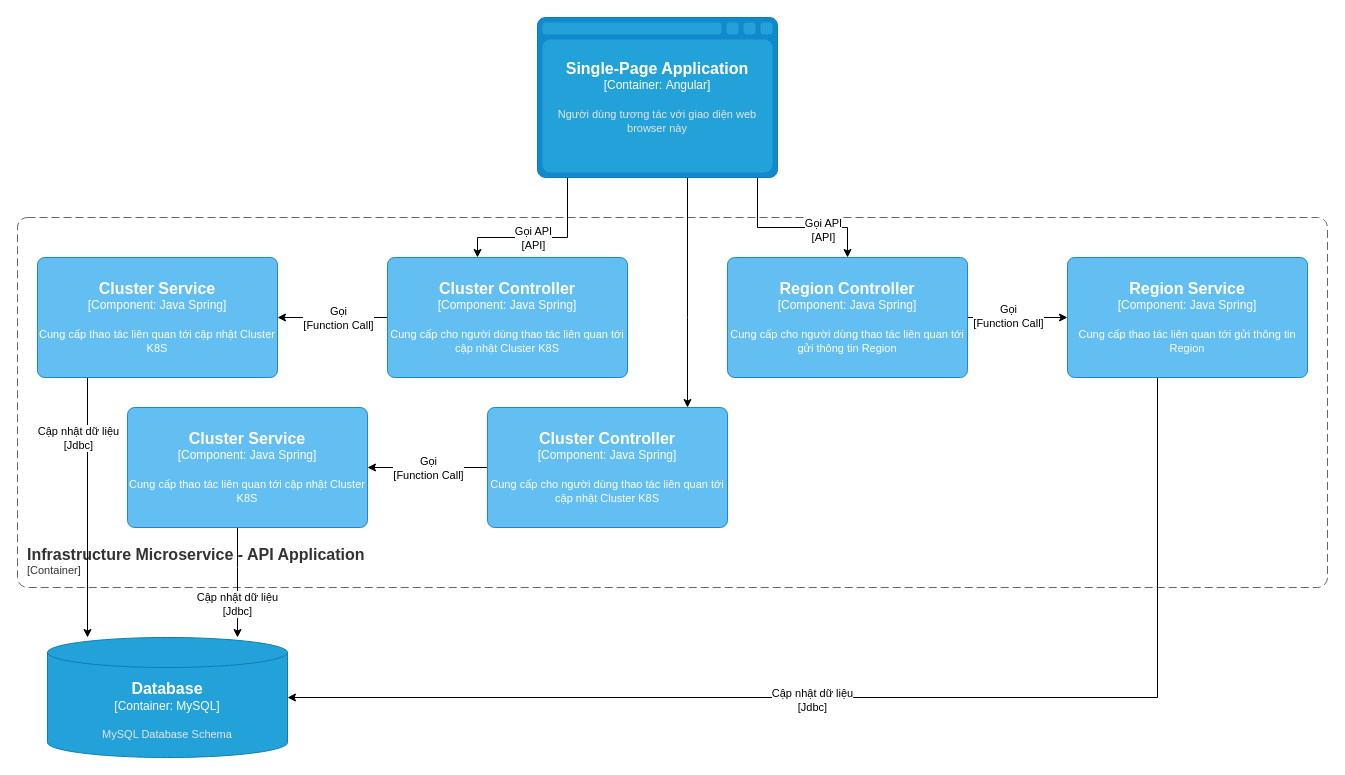
The draw.io diagram IDG-Portal lv3 Infra API.drawio in dangngocsoncntt/draw.io, before the edit. Source tidied: cells renumbered, new cells numbered last; positions are measured from the earlier drawing's top-left corner, leaving out a move shared by most shapes. Both pictures are drawn from the tidied source at 100%, with x=0, y=0 at pixel (17, 17).
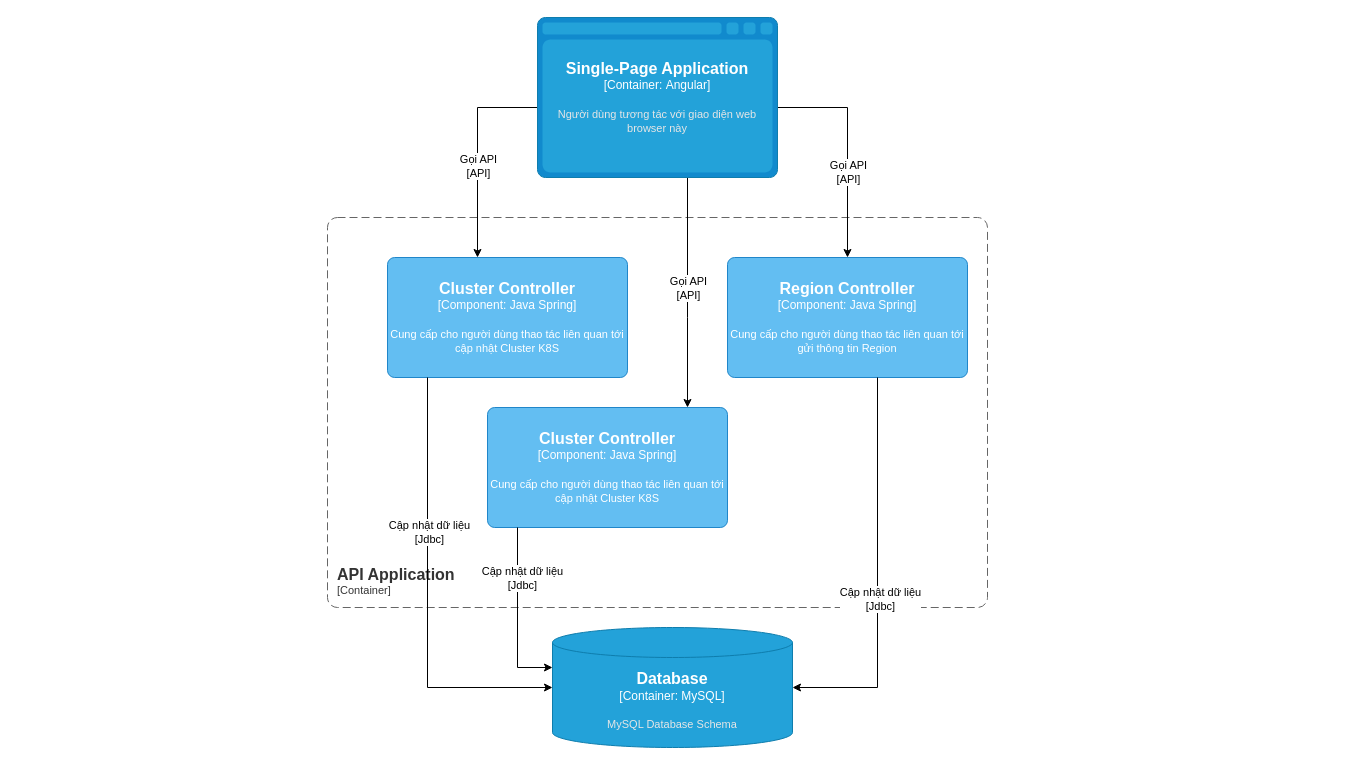
The same page after the edit.

Unchanged cells that the change refers to:
```xml
<mxCell id="7" style="edgeStyle=orthogonalEdgeStyle;rounded=0;jettySize=auto;html=1;" parent="1" edge="1" source="8" target="24">
  <mxGeometry relative="1" as="geometry">
    <Array as="points">
      <mxPoint x="670" y="300" />
      <mxPoint x="670" y="300" />
    </Array>
  </mxGeometry>
</mxCell>
<object id="8" label="&lt;font style=&quot;font-size: 16px&quot;&gt;&lt;b&gt;%c4Type%&lt;/b&gt;&lt;/font&gt;&lt;div&gt;[%c4Container%:&amp;nbsp;%c4Technology%]&lt;/div&gt;&lt;br&gt;&lt;div&gt;&lt;font style=&quot;font-size: 11px&quot;&gt;&lt;font color=&quot;#E6E6E6&quot;&gt;%c4Description%&lt;/font&gt;&lt;/div&gt;" c4Container="Container" c4Description="Người dùng tương tác với giao diện web browser này" c4Technology="Angular" c4Type="Single-Page Application" placeholders="1">
  <mxCell style="shape=mxgraph.c4.webBrowserContainer2;whiteSpace=wrap;html=1;boundedLbl=1;rounded=0;labelBackgroundColor=none;strokeColor=#118ACD;fillColor=#23A2D9;strokeColor=#118ACD;strokeColor2=#0E7DAD;fontSize=12;fontColor=#ffffff;align=center;points=[[0.5,0,0],[1,0.25,0],[1,0.5,0],[1,0.75,0],[0.5,1,0],[0,0.75,0],[0,0.5,0],[0,0.25,0]];" parent="1" vertex="1">
    <mxGeometry x="520" width="240" height="160" as="geometry" />
  </mxCell>
</object>
<object id="11" label="&lt;font style=&quot;font-size: 16px&quot;&gt;&lt;b&gt;%c4Name%&lt;/b&gt;&lt;/font&gt;&lt;div&gt;[%c4Type%: %c4Technology%]&lt;/div&gt;&lt;br&gt;&lt;div&gt;&lt;font style=&quot;font-size: 11px&quot;&gt;%c4Description%&lt;/font&gt;&lt;/div&gt;" c4Description="Cung cấp cho người dùng thao tác liên quan tới cập nhật Cluster K8S" c4Name="Cluster Controller" c4Technology="Java Spring" c4Type="Component" placeholders="1">
  <mxCell style="rounded=1;whiteSpace=wrap;html=1;labelBackgroundColor=none;fillColor=#63BEF2;fontColor=#ffffff;align=center;arcSize=6;strokeColor=#2086C9;points=[[0.25,0,0],[0.5,0,0],[0.75,0,0],[1,0.25,0],[1,0.5,0],[1,0.75,0],[0.75,1,0],[0.5,1,0],[0.25,1,0],[0,0.75,0],[0,0.5,0],[0,0.25,0]];" parent="1" vertex="1">
    <mxGeometry x="370" y="240" width="240" height="120" as="geometry" />
  </mxCell>
</object>
<object id="14" label="&lt;font style=&quot;font-size: 16px&quot;&gt;&lt;b&gt;%c4Name%&lt;/b&gt;&lt;/font&gt;&lt;div&gt;[%c4Type%: %c4Technology%]&lt;/div&gt;&lt;br&gt;&lt;div&gt;&lt;font style=&quot;font-size: 11px&quot;&gt;%c4Description%&lt;/font&gt;&lt;/div&gt;" c4Description="Cung cấp cho người dùng thao tác liên quan tới gửi thông tin Region" c4Name="Region Controller" c4Technology="Java Spring" c4Type="Component" placeholders="1">
  <mxCell style="rounded=1;whiteSpace=wrap;html=1;labelBackgroundColor=none;fillColor=#63BEF2;fontColor=#ffffff;align=center;arcSize=6;strokeColor=#2086C9;points=[[0.25,0,0],[0.5,0,0],[0.75,0,0],[1,0.25,0],[1,0.5,0],[1,0.75,0],[0.75,1,0],[0.5,1,0],[0.25,1,0],[0,0.75,0],[0,0.5,0],[0,0.25,0]];" parent="1" vertex="1">
    <mxGeometry x="710" y="240" width="240" height="120" as="geometry" />
  </mxCell>
</object>
<object id="24" label="&lt;font style=&quot;font-size: 16px&quot;&gt;&lt;b&gt;%c4Name%&lt;/b&gt;&lt;/font&gt;&lt;div&gt;[%c4Type%: %c4Technology%]&lt;/div&gt;&lt;br&gt;&lt;div&gt;&lt;font style=&quot;font-size: 11px&quot;&gt;%c4Description%&lt;/font&gt;&lt;/div&gt;" c4Description="Cung cấp cho người dùng thao tác liên quan tới cập nhật Cluster K8S" c4Name="Cluster Controller" c4Technology="Java Spring" c4Type="Component" placeholders="1">
  <mxCell style="rounded=1;whiteSpace=wrap;html=1;labelBackgroundColor=none;fillColor=#63BEF2;fontColor=#ffffff;align=center;arcSize=6;strokeColor=#2086C9;points=[[0.25,0,0],[0.5,0,0],[0.75,0,0],[1,0.25,0],[1,0.5,0],[1,0.75,0],[0.75,1,0],[0.5,1,0],[0.25,1,0],[0,0.75,0],[0,0.5,0],[0,0.25,0]];" parent="1" vertex="1">
    <mxGeometry x="470" y="390" width="240" height="120" as="geometry" />
  </mxCell>
</object>
```

Change to the diagram source:
```diff
@@
-    <object id="2" label="&lt;font style=&quot;font-size: 16px&quot;&gt;&lt;b&gt;&lt;div style=&quot;text-align: left&quot;&gt;%c4Name%&lt;/div&gt;&lt;/b&gt;&lt;/font&gt;&lt;div style=&quot;text-align: left&quot;&gt;[%c4Application%]&lt;/div&gt;" c4Application="Container" c4Name="Infrastructure Microservice - API Application" placeholders="1">
+    <object id="2" label="&lt;font style=&quot;font-size: 16px&quot;&gt;&lt;b&gt;&lt;div style=&quot;text-align: left&quot;&gt;%c4Name%&lt;/div&gt;&lt;/b&gt;&lt;/font&gt;&lt;div style=&quot;text-align: left&quot;&gt;[%c4Application%]&lt;/div&gt;" c4Application="Container" c4Name="API Application" placeholders="1">
       <mxCell style="rounded=1;fontSize=11;whiteSpace=wrap;html=1;dashed=1;arcSize=20;fillColor=none;strokeColor=#666666;fontColor=#333333;labelBackgroundColor=none;align=left;verticalAlign=bottom;labelBorderColor=none;spacingTop=0;spacing=10;dashPattern=8 4;perimeter=rectanglePerimeter;noLabel=0;labelPadding=0;absoluteArcSize=1;" parent="1" vertex="1">
-        <mxGeometry y="200" width="1310" height="370" as="geometry" />
+        <mxGeometry x="310" y="200" width="660" height="390" as="geometry" />
       </mxCell>
     </object>
     <mxCell id="3" style="edgeStyle=orthogonalEdgeStyle;rounded=0;jettySize=auto;html=1;" parent="1" edge="1" source="8" target="11">
       <mxGeometry relative="1" as="geometry">
         <Array as="points">
-          <mxPoint x="550" y="220" />
-          <mxPoint x="460" y="220" />
+          <mxPoint x="460" y="90" />
         </Array>
       </mxGeometry>
     </mxCell>
@@
     <mxCell id="5" style="edgeStyle=orthogonalEdgeStyle;rounded=0;jettySize=auto;html=1;" parent="1" edge="1" source="8" target="14">
       <mxGeometry relative="1" as="geometry">
         <Array as="points">
-          <mxPoint x="740" y="210" />
-          <mxPoint x="830" y="210" />
+          <mxPoint x="830" y="90" />
         </Array>
       </mxGeometry>
     </mxCell>
     <mxCell id="6" value="Gọi API&lt;br style=&quot;border-color: var(--border-color);&quot;&gt;[API]" style="edgeLabel;html=1;align=center;verticalAlign=middle;" parent="5" vertex="1">
-      <mxGeometry x="0.35" y="-2" relative="1" as="geometry" />
+      <mxGeometry x="0.35" y="-2" relative="1" as="geometry">
+        <mxPoint x="2" y="-15" as="offset" />
+      </mxGeometry>
     </mxCell>
@@
+    <mxCell id="28" value="Gọi API&lt;br style=&quot;border-color: var(--border-color);&quot;&gt;[API]" style="edgeLabel;html=1;align=center;verticalAlign=middle;" parent="7" vertex="1">
+      <mxGeometry x="-0.36" relative="1" as="geometry">
+        <mxPoint y="36" as="offset" />
+      </mxGeometry>
+    </mxCell>
@@
-    <mxCell id="9" style="edgeStyle=orthogonalEdgeStyle;rounded=0;jettySize=auto;html=1;" parent="1" edge="1" source="11" target="18">
-      <mxGeometry relative="1" as="geometry" />
-    </mxCell>
-    <mxCell id="10" value="Gọi&lt;br&gt;[Function Call]" style="edgeLabel;html=1;align=center;verticalAlign=middle;" parent="9" vertex="1">
-      <mxGeometry x="0.18" y="2" relative="1" as="geometry">
-        <mxPoint x="15" y="-2" as="offset" />
-      </mxGeometry>
-    </mxCell>
@@
-    <mxCell id="12" style="edgeStyle=orthogonalEdgeStyle;rounded=0;jettySize=auto;html=1;" parent="1" edge="1" source="14" target="21">
-      <mxGeometry relative="1" as="geometry" />
-    </mxCell>
-    <mxCell id="13" value="Gọi&lt;br style=&quot;border-color: var(--border-color);&quot;&gt;[Function Call]" style="edgeLabel;html=1;align=center;verticalAlign=middle;" parent="12" vertex="1">
-      <mxGeometry x="-0.2" y="2" relative="1" as="geometry" />
-    </mxCell>
@@
     <object id="15" label="&lt;font style=&quot;font-size: 16px&quot;&gt;&lt;b&gt;%c4Type%&lt;/b&gt;&lt;/font&gt;&lt;div&gt;[%c4Container%:&amp;nbsp;%c4Technology%]&lt;/div&gt;&lt;br&gt;&lt;div&gt;&lt;font style=&quot;font-size: 11px&quot;&gt;&lt;font color=&quot;#E6E6E6&quot;&gt;%c4Description%&lt;/font&gt;&lt;/div&gt;" c4Container="Container" c4Description="MySQL Database Schema" c4Technology="MySQL" c4Type="Database" placeholders="1">
       <mxCell style="shape=cylinder3;size=15;whiteSpace=wrap;html=1;boundedLbl=1;rounded=0;labelBackgroundColor=none;fillColor=#23A2D9;fontSize=12;fontColor=#ffffff;align=center;strokeColor=#0E7DAD;points=[[0.5,0,0],[1,0.25,0],[1,0.5,0],[1,0.75,0],[0.5,1,0],[0,0.75,0],[0,0.5,0],[0,0.25,0]];" parent="1" vertex="1">
-        <mxGeometry x="30" y="620" width="240" height="120" as="geometry" />
+        <mxGeometry x="535" y="610" width="240" height="120" as="geometry" />
       </mxCell>
     </object>
-    <mxCell id="16" style="edgeStyle=orthogonalEdgeStyle;rounded=0;jettySize=auto;html=1;" parent="1" edge="1" source="18" target="15">
+    <mxCell id="16" style="edgeStyle=orthogonalEdgeStyle;rounded=0;jettySize=auto;html=1;" parent="1" edge="1" source="11" target="15">
       <mxGeometry relative="1" as="geometry">
         <Array as="points">
-          <mxPoint x="70" y="420" />
-          <mxPoint x="70" y="420" />
+          <mxPoint x="410" y="670" />
         </Array>
       </mxGeometry>
     </mxCell>
     <mxCell id="17" value="Cập nhật dữ liệu&lt;br style=&quot;border-color: var(--border-color);&quot;&gt;[Jdbc]" style="edgeLabel;html=1;align=center;verticalAlign=middle;" parent="16" vertex="1">
       <mxGeometry x="0.67" y="-1" relative="1" as="geometry">
-        <mxPoint x="-9" y="-157" as="offset" />
+        <mxPoint x="-52" y="-157" as="offset" />
       </mxGeometry>
     </mxCell>
-    <object id="18" label="&lt;font style=&quot;font-size: 16px&quot;&gt;&lt;b&gt;%c4Name%&lt;/b&gt;&lt;/font&gt;&lt;div&gt;[%c4Type%: %c4Technology%]&lt;/div&gt;&lt;br&gt;&lt;div&gt;&lt;font style=&quot;font-size: 11px&quot;&gt;%c4Description%&lt;/font&gt;&lt;/div&gt;" c4Description="Cung cấp thao tác liên quan tới cập nhật Cluster K8S" c4Name="Cluster Service" c4Technology="Java Spring" c4Type="Component" placeholders="1">
-      <mxCell style="rounded=1;whiteSpace=wrap;html=1;labelBackgroundColor=none;fillColor=#63BEF2;fontColor=#ffffff;align=center;arcSize=6;strokeColor=#2086C9;points=[[0.25,0,0],[0.5,0,0],[0.75,0,0],[1,0.25,0],[1,0.5,0],[1,0.75,0],[0.75,1,0],[0.5,1,0],[0.25,1,0],[0,0.75,0],[0,0.5,0],[0,0.25,0]];" parent="1" vertex="1">
-        <mxGeometry x="20" y="240" width="240" height="120" as="geometry" />
-      </mxCell>
-    </object>
-    <mxCell id="19" style="edgeStyle=orthogonalEdgeStyle;rounded=0;jettySize=auto;html=1;" parent="1" edge="1" source="21" target="15">
+    <mxCell id="19" style="edgeStyle=orthogonalEdgeStyle;rounded=0;jettySize=auto;html=1;" parent="1" edge="1" source="14">
       <mxGeometry relative="1" as="geometry">
+        <mxPoint x="775" y="670" as="targetPoint" />
         <Array as="points">
-          <mxPoint x="1140" y="680" />
+          <mxPoint x="860" y="670" />
         </Array>
       </mxGeometry>
     </mxCell>
@@
-    <object id="21" label="&lt;font style=&quot;font-size: 16px&quot;&gt;&lt;b&gt;%c4Name%&lt;/b&gt;&lt;/font&gt;&lt;div&gt;[%c4Type%: %c4Technology%]&lt;/div&gt;&lt;br&gt;&lt;div&gt;&lt;font style=&quot;font-size: 11px&quot;&gt;%c4Description%&lt;/font&gt;&lt;/div&gt;" c4Description="Cung cấp thao tác liên quan tới gửi thông tin Region" c4Name="Region Service" c4Technology="Java Spring" c4Type="Component" placeholders="1">
-      <mxCell style="rounded=1;whiteSpace=wrap;html=1;labelBackgroundColor=none;fillColor=#63BEF2;fontColor=#ffffff;align=center;arcSize=6;strokeColor=#2086C9;points=[[0.25,0,0],[0.5,0,0],[0.75,0,0],[1,0.25,0],[1,0.5,0],[1,0.75,0],[0.75,1,0],[0.5,1,0],[0.25,1,0],[0,0.75,0],[0,0.5,0],[0,0.25,0]];" parent="1" vertex="1">
-        <mxGeometry x="1050" y="240" width="240" height="120" as="geometry" />
-      </mxCell>
-    </object>
-    <mxCell id="22" style="edgeStyle=orthogonalEdgeStyle;rounded=0;jettySize=auto;html=1;" parent="1" edge="1" source="24" target="27">
-      <mxGeometry relative="1" as="geometry" />
-    </mxCell>
-    <mxCell id="23" value="Gọi&lt;br&gt;[Function Call]" style="edgeLabel;html=1;align=center;verticalAlign=middle;" parent="22" vertex="1">
-      <mxGeometry x="0.18" y="2" relative="1" as="geometry">
-        <mxPoint x="11" y="-2" as="offset" />
-      </mxGeometry>
-    </mxCell>
@@
-    <mxCell id="25" style="edgeStyle=orthogonalEdgeStyle;rounded=0;jettySize=auto;html=1;" parent="1" edge="1" source="27" target="15">
+    <mxCell id="25" style="edgeStyle=orthogonalEdgeStyle;rounded=0;jettySize=auto;html=1;" parent="1" edge="1" source="24" target="15">
       <mxGeometry relative="1" as="geometry">
         <Array as="points">
-          <mxPoint x="220" y="550" />
-          <mxPoint x="220" y="550" />
+          <mxPoint x="500" y="650" />
         </Array>
       </mxGeometry>
     </mxCell>
     <mxCell id="26" value="Cập nhật dữ liệu&lt;br style=&quot;border-color: var(--border-color);&quot;&gt;[Jdbc]" style="edgeLabel;html=1;align=center;verticalAlign=middle;" parent="25" vertex="1">
-      <mxGeometry x="0.39" y="-1" relative="1" as="geometry" />
+      <mxGeometry x="0.39" y="-1" relative="1" as="geometry">
+        <mxPoint x="5" y="-72" as="offset" />
+      </mxGeometry>
     </mxCell>
-    <object id="27" label="&lt;font style=&quot;font-size: 16px&quot;&gt;&lt;b&gt;%c4Name%&lt;/b&gt;&lt;/font&gt;&lt;div&gt;[%c4Type%: %c4Technology%]&lt;/div&gt;&lt;br&gt;&lt;div&gt;&lt;font style=&quot;font-size: 11px&quot;&gt;%c4Description%&lt;/font&gt;&lt;/div&gt;" c4Description="Cung cấp thao tác liên quan tới cập nhật Cluster K8S" c4Name="Cluster Service" c4Technology="Java Spring" c4Type="Component" placeholders="1">
-      <mxCell style="rounded=1;whiteSpace=wrap;html=1;labelBackgroundColor=none;fillColor=#63BEF2;fontColor=#ffffff;align=center;arcSize=6;strokeColor=#2086C9;points=[[0.25,0,0],[0.5,0,0],[0.75,0,0],[1,0.25,0],[1,0.5,0],[1,0.75,0],[0.75,1,0],[0.5,1,0],[0.25,1,0],[0,0.75,0],[0,0.5,0],[0,0.25,0]];" parent="1" vertex="1">
-        <mxGeometry x="110" y="390" width="240" height="120" as="geometry" />
-      </mxCell>
-    </object>
```
